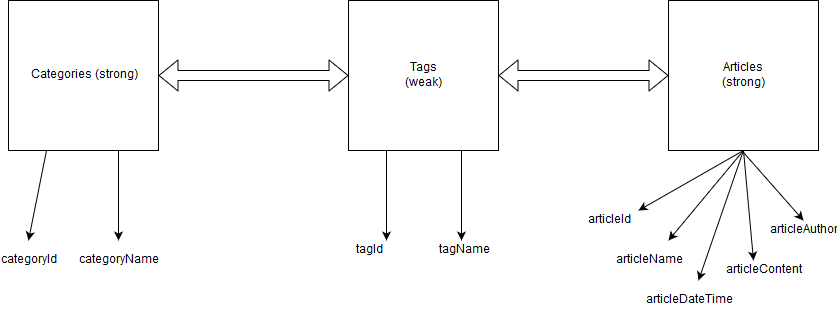
Mike1f/data-design keeps this draw.io diagram as images/Untitled Diagram.png. Above is the earlier version. Source tidied: cells renumbered, new cells last; positions are measured from the earlier drawing's top-left corner, leaving out a move shared by most shapes.
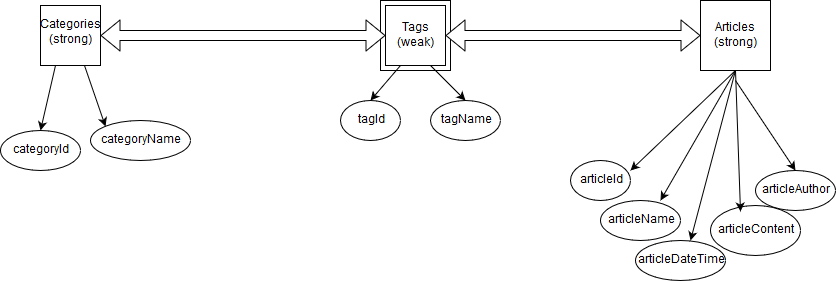
Above is the later version.

Commit message:
Data design ERD update

The edit, as a diff of the source:
```diff
@@ -2,17 +2,47 @@
   <root>
     <mxCell id="0" />
     <mxCell id="1" parent="0" />
+    <mxCell id="28" style="whiteSpace=wrap;html=1;" parent="1" vertex="1">
+      <mxGeometry x="380" y="40" width="70" height="70" as="geometry" />
+    </mxCell>
+    <mxCell id="29" style="ellipse;whiteSpace=wrap;html=1;shadow=0;" parent="1" vertex="1">
+      <mxGeometry x="755" y="210" width="80" height="40" as="geometry" />
+    </mxCell>
+    <mxCell id="30" style="ellipse;whiteSpace=wrap;html=1;shadow=0;" parent="1" vertex="1">
+      <mxGeometry x="710" y="245" width="90" height="50" as="geometry" />
+    </mxCell>
+    <mxCell id="31" style="ellipse;whiteSpace=wrap;html=1;shadow=0;" parent="1" vertex="1">
+      <mxGeometry x="635" y="280" width="90" height="40" as="geometry" />
+    </mxCell>
+    <mxCell id="32" style="ellipse;whiteSpace=wrap;html=1;shadow=0;" parent="1" vertex="1">
+      <mxGeometry x="600" y="240" width="80" height="40" as="geometry" />
+    </mxCell>
+    <mxCell id="33" style="ellipse;whiteSpace=wrap;html=1;shadow=0;" parent="1" vertex="1">
+      <mxGeometry x="570" y="200" width="60" height="40" as="geometry" />
+    </mxCell>
+    <mxCell id="34" style="ellipse;whiteSpace=wrap;html=1;shadow=0;" parent="1" vertex="1">
+      <mxGeometry x="430" y="140" width="70" height="40" as="geometry" />
+    </mxCell>
+    <mxCell id="35" style="ellipse;whiteSpace=wrap;html=1;shadow=0;" parent="1" vertex="1">
+      <mxGeometry x="340" y="140" width="60" height="40" as="geometry" />
+    </mxCell>
+    <mxCell id="36" style="ellipse;whiteSpace=wrap;html=1;shadow=0;" parent="1" vertex="1">
+      <mxGeometry x="90" y="160" width="100" height="40" as="geometry" />
+    </mxCell>
+    <mxCell id="37" style="ellipse;whiteSpace=wrap;html=1;shadow=0;" parent="1" vertex="1">
+      <mxGeometry y="170" width="80" height="40" as="geometry" />
+    </mxCell>
     <mxCell id="2" style="whiteSpace=wrap;html=1;" parent="1" vertex="1">
-      <mxGeometry width="150" height="150" as="geometry" />
+      <mxGeometry x="40" y="45" width="60" height="60" as="geometry" />
     </mxCell>
     <mxCell id="3" style="whiteSpace=wrap;html=1;" parent="1" vertex="1">
-      <mxGeometry x="340" width="150" height="150" as="geometry" />
+      <mxGeometry x="385" y="45" width="60" height="60" as="geometry" />
     </mxCell>
     <mxCell id="4" style="whiteSpace=wrap;html=1;" parent="1" vertex="1">
-      <mxGeometry x="660" width="150" height="150" as="geometry" />
+      <mxGeometry x="700" y="40" width="70" height="70" as="geometry" />
     </mxCell>
     <mxCell id="5" value="Categories (strong)" style="text;html=1;strokeColor=none;fillColor=none;align=center;verticalAlign=middle;whiteSpace=wrap;rounded=0;" parent="1" vertex="1">
-      <mxGeometry x="20" y="42.5" width="110" height="65" as="geometry" />
+      <mxGeometry x="20" y="45" width="100" height="55" as="geometry" />
     </mxCell>
     <mxCell id="6" value="Tags (weak)" style="text;html=1;strokeColor=none;fillColor=none;align=center;verticalAlign=middle;whiteSpace=wrap;rounded=0;" parent="1" vertex="1">
       <mxGeometry x="395" y="65" width="40" height="20" as="geometry" />
@@ -26,29 +56,21 @@
     <mxCell id="9" style="shape=flexArrow;endArrow=classic;startArrow=classic;html=1;fillColor=#ffffff;entryX=0;entryY=0.5;exitX=1;exitY=0.5;" parent="1" edge="1" source="3" target="4">
       <mxGeometry relative="1" as="geometry" />
     </mxCell>
-    <mxCell id="10" style="endArrow=classic;html=1;exitX=0.733;exitY=1;exitPerimeter=0;" parent="1" edge="1" source="2">
-      <mxGeometry relative="1" as="geometry">
-        <mxPoint x="110" y="240" as="targetPoint" />
-      </mxGeometry>
+    <mxCell id="10" style="endArrow=classic;html=1;exitX=0.733;exitY=1;exitPerimeter=0;entryX=0;entryY=0;" parent="1" edge="1" source="2" target="36">
+      <mxGeometry relative="1" as="geometry" />
     </mxCell>
-    <mxCell id="11" style="endArrow=classic;html=1;exitX=0.25;exitY=1;" parent="1" edge="1" source="2">
-      <mxGeometry relative="1" as="geometry">
-        <mxPoint x="20" y="240" as="targetPoint" />
-      </mxGeometry>
+    <mxCell id="11" style="endArrow=classic;html=1;exitX=0.25;exitY=1;entryX=0.5;entryY=0;" parent="1" edge="1" source="2" target="37">
+      <mxGeometry relative="1" as="geometry" />
     </mxCell>
-    <mxCell id="12" style="endArrow=classic;html=1;exitX=0.25;exitY=1;" parent="1" edge="1" source="3">
-      <mxGeometry relative="1" as="geometry">
-        <mxPoint x="378" y="240" as="targetPoint" />
-      </mxGeometry>
+    <mxCell id="12" style="endArrow=classic;html=1;exitX=0.25;exitY=1;entryX=0.5;entryY=0;" parent="1" edge="1" source="3" target="35">
+      <mxGeometry relative="1" as="geometry" />
     </mxCell>
-    <mxCell id="13" style="endArrow=classic;html=1;exitX=0.75;exitY=1;" parent="1" edge="1" source="3">
-      <mxGeometry relative="1" as="geometry">
-        <mxPoint x="453" y="240" as="targetPoint" />
-      </mxGeometry>
+    <mxCell id="13" style="endArrow=classic;html=1;exitX=0.75;exitY=1;entryX=0.5;entryY=0;" parent="1" edge="1" source="3" target="34">
+      <mxGeometry relative="1" as="geometry" />
     </mxCell>
-    <mxCell id="14" style="endArrow=classic;html=1;entryX=0.5;entryY=0;" parent="1" edge="1" target="24">
+    <mxCell id="14" style="endArrow=classic;html=1;entryX=0.5;entryY=0;" parent="1" edge="1" target="29">
       <mxGeometry relative="1" as="geometry">
-        <mxPoint x="735" y="152" as="sourcePoint" />
+        <mxPoint x="735" y="120" as="sourcePoint" />
       </mxGeometry>
     </mxCell>
     <mxCell id="15" style="endArrow=classic;html=1;exitX=0.5;exitY=1;" parent="1" edge="1" source="4">
@@ -56,7 +78,7 @@
         <mxPoint x="630" y="210" as="targetPoint" />
       </mxGeometry>
     </mxCell>
-    <mxCell id="16" style="endArrow=classic;html=1;exitX=0.5;exitY=1;entryX=0.25;entryY=0;" parent="1" edge="1" source="4" target="25">
+    <mxCell id="16" style="endArrow=classic;html=1;exitX=0.5;exitY=1;entryX=0.333;entryY=0.12;entryPerimeter=0;" parent="1" edge="1" source="4" target="30">
       <mxGeometry relative="1" as="geometry" />
     </mxCell>
     <mxCell id="17" style="endArrow=classic;html=1;exitX=0.5;exitY=1;" parent="1" edge="1" source="4">
@@ -70,16 +92,16 @@
       </mxGeometry>
     </mxCell>
     <mxCell id="19" value="categoryId" style="text;html=1;strokeColor=none;fillColor=none;align=center;verticalAlign=middle;whiteSpace=wrap;rounded=0;" parent="1" vertex="1">
-      <mxGeometry y="250" width="40" height="20" as="geometry" />
+      <mxGeometry x="20" y="180" width="40" height="20" as="geometry" />
     </mxCell>
     <mxCell id="20" value="categoryName" style="text;html=1;strokeColor=none;fillColor=none;align=center;verticalAlign=middle;whiteSpace=wrap;rounded=0;" parent="1" vertex="1">
-      <mxGeometry x="90" y="250" width="40" height="20" as="geometry" />
+      <mxGeometry x="120" y="170" width="40" height="20" as="geometry" />
     </mxCell>
     <mxCell id="21" value="tagId" style="text;html=1;strokeColor=none;fillColor=none;align=center;verticalAlign=middle;whiteSpace=wrap;rounded=0;" parent="1" vertex="1">
-      <mxGeometry x="340" y="240" width="40" height="20" as="geometry" />
+      <mxGeometry x="350" y="150" width="40" height="20" as="geometry" />
     </mxCell>
     <mxCell id="22" value="tagName" style="text;html=1;strokeColor=none;fillColor=none;align=center;verticalAlign=middle;whiteSpace=wrap;rounded=0;" parent="1" vertex="1">
-      <mxGeometry x="435" y="240" width="40" height="20" as="geometry" />
+      <mxGeometry x="445" y="150" width="40" height="20" as="geometry" />
     </mxCell>
     <mxCell id="23" value="articleId" style="text;html=1;strokeColor=none;fillColor=none;align=center;verticalAlign=middle;whiteSpace=wrap;rounded=0;" parent="1" vertex="1">
       <mxGeometry x="580" y="210" width="40" height="20" as="geometry" />
```
